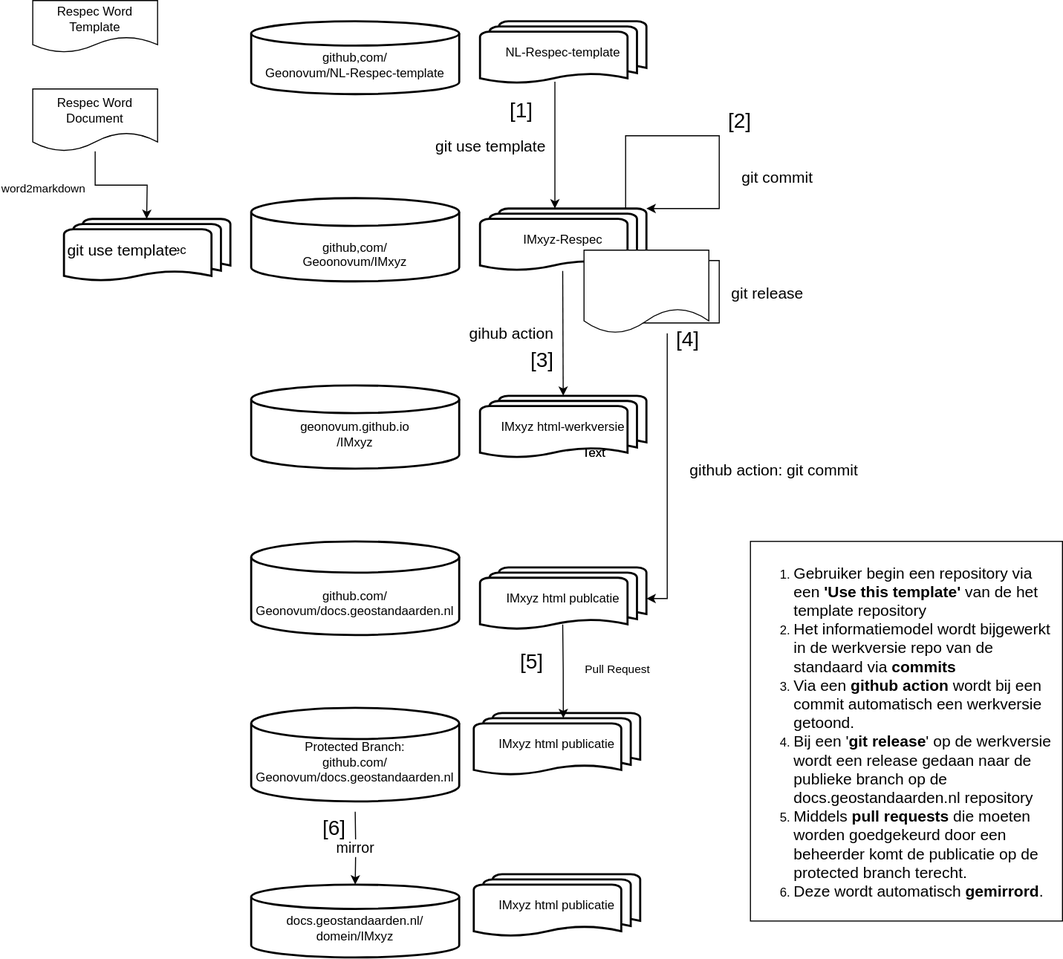
Geonovum/handleiding-tooling keeps this draw.io diagram as docs/media/WorkflowPublicatierpces.drawio.svg. Above is the earlier version. Source tidied: cells renumbered, new cells last; positions are measured from the earlier drawing's top-left corner, leaving out a move shared by most shapes. Its diagram source:
```xml
<mxGraphModel>
  <root>
    <mxCell id="0" />
    <mxCell id="1" parent="0" />
    <mxCell id="2" value="IMxyz html-werkversie" style="strokeWidth=2;html=1;shape=mxgraph.flowchart.multi-document;whiteSpace=wrap;" parent="1" vertex="1">
      <mxGeometry x="430" y="380" width="160" height="60" as="geometry" />
    </mxCell>
    <mxCell id="3" value="NL-Respec-template" style="strokeWidth=2;html=1;shape=mxgraph.flowchart.multi-document;whiteSpace=wrap;" parent="1" vertex="1">
      <mxGeometry x="430" y="20" width="160" height="60" as="geometry" />
    </mxCell>
    <mxCell id="4" value="IMxyz-Respec" style="strokeWidth=2;html=1;shape=mxgraph.flowchart.multi-document;whiteSpace=wrap;" parent="1" vertex="1">
      <mxGeometry x="430" y="200" width="160" height="60" as="geometry" />
    </mxCell>
    <mxCell id="5" value="IMxyz html publcatie" style="strokeWidth=2;html=1;shape=mxgraph.flowchart.multi-document;whiteSpace=wrap;" parent="1" vertex="1">
      <mxGeometry x="430" y="545" width="160" height="60" as="geometry" />
    </mxCell>
    <mxCell id="6" value="&lt;div&gt;&lt;br&gt;&lt;/div&gt;&lt;div&gt;github,com/&lt;/div&gt;&lt;div&gt;Geonovum/NL-Respec-template&lt;/div&gt;" style="strokeWidth=2;html=1;shape=mxgraph.flowchart.database;whiteSpace=wrap;" parent="1" vertex="1">
      <mxGeometry x="210" y="20" width="200" height="70" as="geometry" />
    </mxCell>
    <mxCell id="7" value="&lt;div&gt;&lt;br&gt;&lt;/div&gt;&lt;div&gt;&lt;br&gt;&lt;/div&gt;&lt;div&gt;github,com/&lt;/div&gt;&lt;div&gt;Geoonovum/IMxyz&lt;/div&gt;" style="strokeWidth=2;html=1;shape=mxgraph.flowchart.database;whiteSpace=wrap;" parent="1" vertex="1">
      <mxGeometry x="210" y="190" width="200" height="80" as="geometry" />
    </mxCell>
    <mxCell id="8" value="&lt;div&gt;&lt;br&gt;&lt;/div&gt;&lt;div&gt;geonovum.github.io&lt;/div&gt;&lt;div&gt;/IMxyz&lt;/div&gt;" style="strokeWidth=2;html=1;shape=mxgraph.flowchart.database;whiteSpace=wrap;" parent="1" vertex="1">
      <mxGeometry x="210" y="370" width="200" height="80" as="geometry" />
    </mxCell>
    <mxCell id="9" value="&lt;div&gt;&lt;br&gt;&lt;/div&gt;&lt;div&gt;docs.geostandaarden.nl/&lt;/div&gt;&lt;div&gt;domein/IMxyz&lt;/div&gt;" style="strokeWidth=2;html=1;shape=mxgraph.flowchart.database;whiteSpace=wrap;" parent="1" vertex="1">
      <mxGeometry x="210" y="850" width="200" height="70" as="geometry" />
    </mxCell>
    <mxCell id="10" value="&lt;div&gt;&lt;br&gt;&lt;/div&gt;&lt;div&gt;&lt;br&gt;&lt;/div&gt;&lt;div&gt;github.com/&lt;/div&gt;&lt;div&gt;Geonovum/docs.geostandaarden.nl&lt;/div&gt;" style="strokeWidth=2;html=1;shape=mxgraph.flowchart.database;whiteSpace=wrap;" parent="1" vertex="1">
      <mxGeometry x="210" y="520" width="200" height="90" as="geometry" />
    </mxCell>
    <mxCell id="11" value="IMxyz html publicatie" style="strokeWidth=2;html=1;shape=mxgraph.flowchart.multi-document;whiteSpace=wrap;" parent="1" vertex="1">
      <mxGeometry x="424" y="685" width="160" height="60" as="geometry" />
    </mxCell>
    <mxCell id="12" value="&lt;font style=&quot;font-size: 14px;&quot;&gt;mirror&lt;/font&gt;" style="edgeStyle=orthogonalEdgeStyle;rounded=0;jettySize=auto;html=1;entryX=0.5;entryY=0;entryDx=0;entryDy=0;entryPerimeter=0;" parent="1" edge="1" target="9">
      <mxGeometry relative="1" as="geometry">
        <mxPoint x="310" y="780" as="sourcePoint" />
      </mxGeometry>
    </mxCell>
    <mxCell id="13" value="&lt;font style=&quot;font-size: 15px;&quot;&gt;git use template&lt;/font&gt;" style="edgeStyle=orthogonalEdgeStyle;rounded=0;jettySize=auto;html=1;entryX=0.45;entryY=0;entryDx=0;entryDy=0;entryPerimeter=0;exitX=0.45;exitY=0.967;exitDx=0;exitDy=0;exitPerimeter=0;" parent="1" edge="1" source="3" target="4">
      <mxGeometry x="0.02" y="-62" relative="1" as="geometry" />
    </mxCell>
    <mxCell id="14" value="&lt;font style=&quot;font-size: 15px;&quot;&gt;gihub action&lt;/font&gt;" style="edgeStyle=orthogonalEdgeStyle;rounded=0;jettySize=auto;html=1;entryX=0.5;entryY=0;entryDx=0;entryDy=0;entryPerimeter=0;" parent="1" edge="1" target="2">
      <mxGeometry y="-50" relative="1" as="geometry">
        <mxPoint x="509.5" y="260" as="sourcePoint" />
      </mxGeometry>
    </mxCell>
    <mxCell id="15" value="Pull Request" style="edgeStyle=orthogonalEdgeStyle;rounded=0;jettySize=auto;html=1;entryX=0.538;entryY=0.083;entryDx=0;entryDy=0;entryPerimeter=0;" parent="1" edge="1" target="11">
      <mxGeometry x="-0.04" y="50" relative="1" as="geometry">
        <mxPoint x="509.5" y="600" as="sourcePoint" />
        <mxPoint x="2" as="offset" />
      </mxGeometry>
    </mxCell>
    <mxCell id="16" value="&lt;div align=&quot;left&quot;&gt;&lt;font style=&quot;font-size: 15px;&quot;&gt;git commit&lt;/font&gt;&lt;/div&gt;" style="edgeStyle=orthogonalEdgeStyle;rounded=0;orthogonalLoop=1;jettySize=auto;html=1;align=left;" parent="1" edge="1">
      <mxGeometry x="0.33" y="20" relative="1" as="geometry">
        <mxPoint x="570" y="200" as="sourcePoint" />
        <mxPoint x="590" y="200" as="targetPoint" />
        <Array as="points">
          <mxPoint x="570" y="130" />
          <mxPoint x="660" y="130" />
          <mxPoint x="660" y="200" />
          <mxPoint x="597" y="200" />
        </Array>
      </mxGeometry>
    </mxCell>
    <mxCell id="17" style="endArrow=classic;html=1;rounded=0;exitX=0.806;exitY=0.817;exitDx=0;exitDy=0;exitPerimeter=0;" parent="1" edge="1" source="4">
      <mxGeometry relative="1" as="geometry">
        <mxPoint x="600" y="250" as="targetPoint" />
        <Array as="points">
          <mxPoint x="560" y="310" />
          <mxPoint x="660" y="310" />
          <mxPoint x="660" y="250" />
        </Array>
      </mxGeometry>
    </mxCell>
    <mxCell id="18" value="&lt;div align=&quot;left&quot;&gt;&lt;font style=&quot;font-size: 15px;&quot;&gt;git release&lt;/font&gt;&lt;/div&gt;" style="edgeLabel;html=1;align=left;verticalAlign=middle;" parent="17" vertex="1">
      <mxGeometry relative="1" as="geometry">
        <mxPoint x="31" y="-30" as="offset" />
      </mxGeometry>
    </mxCell>
    <mxCell id="19" style="endArrow=classic;html=1;rounded=0;entryX=1;entryY=0.5;entryDx=0;entryDy=0;entryPerimeter=0;" parent="1" edge="1" target="5">
      <mxGeometry relative="1" as="geometry">
        <mxPoint x="610" y="320" as="sourcePoint" />
        <Array as="points">
          <mxPoint x="610" y="575" />
        </Array>
      </mxGeometry>
    </mxCell>
    <mxCell id="20" value="&lt;div align=&quot;left&quot;&gt;&lt;font style=&quot;font-size: 15px;&quot;&gt;github action: git commit&lt;/font&gt;&lt;/div&gt;" style="edgeLabel;html=1;align=left;verticalAlign=middle;" parent="19" vertex="1">
      <mxGeometry relative="1" as="geometry">
        <mxPoint x="20" y="-8" as="offset" />
      </mxGeometry>
    </mxCell>
    <mxCell id="21" value="&lt;div&gt;&lt;br&gt;&lt;/div&gt;&lt;div&gt;Protected Branch:&lt;/div&gt;&lt;div&gt;github.com/&lt;/div&gt;&lt;div&gt;Geonovum/docs.geostandaarden.nl&lt;/div&gt;" style="strokeWidth=2;html=1;shape=mxgraph.flowchart.database;whiteSpace=wrap;" parent="1" vertex="1">
      <mxGeometry x="210" y="680" width="200" height="90" as="geometry" />
    </mxCell>
    <mxCell id="22" value="IMxyz html publicatie" style="strokeWidth=2;html=1;shape=mxgraph.flowchart.multi-document;whiteSpace=wrap;" parent="1" vertex="1">
      <mxGeometry x="424" y="840" width="160" height="60" as="geometry" />
    </mxCell>
    <mxCell id="23" value="Text" style="text;html=1;align=center;verticalAlign=middle;whiteSpace=wrap;rounded=0;" parent="1" vertex="1">
      <mxGeometry x="510" y="420" width="60" height="30" as="geometry" />
    </mxCell>
    <mxCell id="24" value="&lt;font style=&quot;font-size: 20px;&quot;&gt;[2]&lt;/font&gt;" style="text;html=1;align=center;verticalAlign=middle;whiteSpace=wrap;rounded=0;" parent="1" vertex="1">
      <mxGeometry x="650" y="100" width="60" height="30" as="geometry" />
    </mxCell>
    <mxCell id="25" value="&lt;font style=&quot;font-size: 20px;&quot;&gt;[1]&lt;/font&gt;" style="text;html=1;align=center;verticalAlign=middle;whiteSpace=wrap;rounded=0;" parent="1" vertex="1">
      <mxGeometry x="440" y="90" width="60" height="30" as="geometry" />
    </mxCell>
    <mxCell id="26" value="&lt;font style=&quot;font-size: 20px;&quot;&gt;[3]&lt;/font&gt;" style="text;html=1;align=center;verticalAlign=middle;whiteSpace=wrap;rounded=0;" parent="1" vertex="1">
      <mxGeometry x="460" y="330" width="60" height="30" as="geometry" />
    </mxCell>
    <mxCell id="27" value="&lt;font style=&quot;font-size: 20px;&quot;&gt;[4]&lt;/font&gt;" style="text;html=1;align=center;verticalAlign=middle;whiteSpace=wrap;rounded=0;" parent="1" vertex="1">
      <mxGeometry x="600" y="310" width="60" height="30" as="geometry" />
    </mxCell>
    <mxCell id="28" value="&lt;font style=&quot;font-size: 20px;&quot;&gt;[5]&lt;/font&gt;" style="text;html=1;align=center;verticalAlign=middle;whiteSpace=wrap;rounded=0;" parent="1" vertex="1">
      <mxGeometry x="450" y="620" width="60" height="30" as="geometry" />
    </mxCell>
    <mxCell id="29" value="Text" style="text;html=1;align=center;verticalAlign=middle;whiteSpace=wrap;rounded=0;" parent="1" vertex="1">
      <mxGeometry x="510" y="420" width="60" height="30" as="geometry" />
    </mxCell>
    <mxCell id="30" value="&lt;div align=&quot;left&quot;&gt;&lt;ol&gt;&lt;li&gt;&lt;font style=&quot;font-size: 15px;&quot;&gt;Gebruiker begin een repository via een &lt;b&gt;'Use this template'&amp;nbsp;&lt;/b&gt;van de het template repository&lt;/font&gt;&lt;/li&gt;&lt;li&gt;&lt;font style=&quot;font-size: 15px;&quot;&gt;Het informatiemodel wordt bijgewerkt in de werkversie repo van de standaard via &lt;b&gt;commits&lt;/b&gt;&lt;/font&gt;&lt;/li&gt;&lt;li&gt;&lt;div&gt;&lt;font style=&quot;font-size: 15px;&quot;&gt;Via een &lt;b&gt;github action &lt;/b&gt;wordt bij een commit automatisch een werkversie getoond.&lt;/font&gt;&lt;/div&gt;&lt;/li&gt;&lt;li&gt;&lt;font style=&quot;font-size: 15px;&quot;&gt;Bij een '&lt;b&gt;git release&lt;/b&gt;' op de werkversie wordt een release gedaan naar de publieke branch op de docs.geostandaarden.nl repository&lt;/font&gt;&lt;/li&gt;&lt;li&gt;&lt;font style=&quot;font-size: 15px;&quot;&gt;Middels &lt;b&gt;pull requests&lt;/b&gt; die moeten worden goedgekeurd door een beheerder komt de publicatie op de protected branch terecht.&lt;/font&gt;&lt;/li&gt;&lt;li&gt;&lt;font style=&quot;font-size: 15px;&quot;&gt;Deze wordt automatisch &lt;b&gt;gemirrord&lt;/b&gt;.&lt;/font&gt;&lt;/li&gt;&lt;/ol&gt;&lt;/div&gt;" style="text;html=1;align=left;verticalAlign=middle;whiteSpace=wrap;rounded=0;strokeColor=default;" parent="1" vertex="1">
      <mxGeometry x="690" y="520" width="300" height="365" as="geometry" />
    </mxCell>
    <mxCell id="31" value="&lt;font style=&quot;font-size: 20px;&quot;&gt;[6]&lt;/font&gt;" style="text;html=1;align=center;verticalAlign=middle;whiteSpace=wrap;rounded=0;" parent="1" vertex="1">
      <mxGeometry x="260" y="780" width="60" height="30" as="geometry" />
    </mxCell>
    <mxCell id="32" style="shape=document;whiteSpace=wrap;html=1;boundedLbl=1;" parent="1" vertex="1">
      <mxGeometry x="530" y="240" width="120" height="80" as="geometry" />
    </mxCell>
    <mxCell id="33" value="Respec Word Template" style="shape=document;whiteSpace=wrap;html=1;boundedLbl=1;" parent="1" vertex="1">
      <mxGeometry width="120" height="50" as="geometry" />
    </mxCell>
    <mxCell id="34" value="Respec Word&lt;div&gt;Document&lt;/div&gt;" style="shape=document;whiteSpace=wrap;html=1;boundedLbl=1;" parent="1" vertex="1">
      <mxGeometry y="85" width="120" height="60" as="geometry" />
    </mxCell>
    <mxCell id="35" value="IMxyz-Respec" style="strokeWidth=2;html=1;shape=mxgraph.flowchart.multi-document;whiteSpace=wrap;" parent="1" vertex="1">
      <mxGeometry x="30" y="210" width="160" height="60" as="geometry" />
    </mxCell>
    <mxCell id="36" value="&lt;font style=&quot;font-size: 15px;&quot;&gt;git use template&lt;/font&gt;" style="edgeStyle=orthogonalEdgeStyle;rounded=0;jettySize=auto;html=1;entryX=0.45;entryY=0;entryDx=0;entryDy=0;entryPerimeter=0;" parent="1" edge="1" source="34">
      <mxGeometry x="0.02" y="-62" relative="1" as="geometry">
        <mxPoint x="109.5" y="210" as="targetPoint" />
      </mxGeometry>
    </mxCell>
    <mxCell id="37" value="word2markdown" style="edgeLabel;html=1;align=right;verticalAlign=middle;" parent="36" vertex="1">
      <mxGeometry x="-0.16" y="-4" relative="1" as="geometry">
        <mxPoint x="-26" y="-1" as="offset" />
      </mxGeometry>
    </mxCell>
  </root>
</mxGraphModel>
```
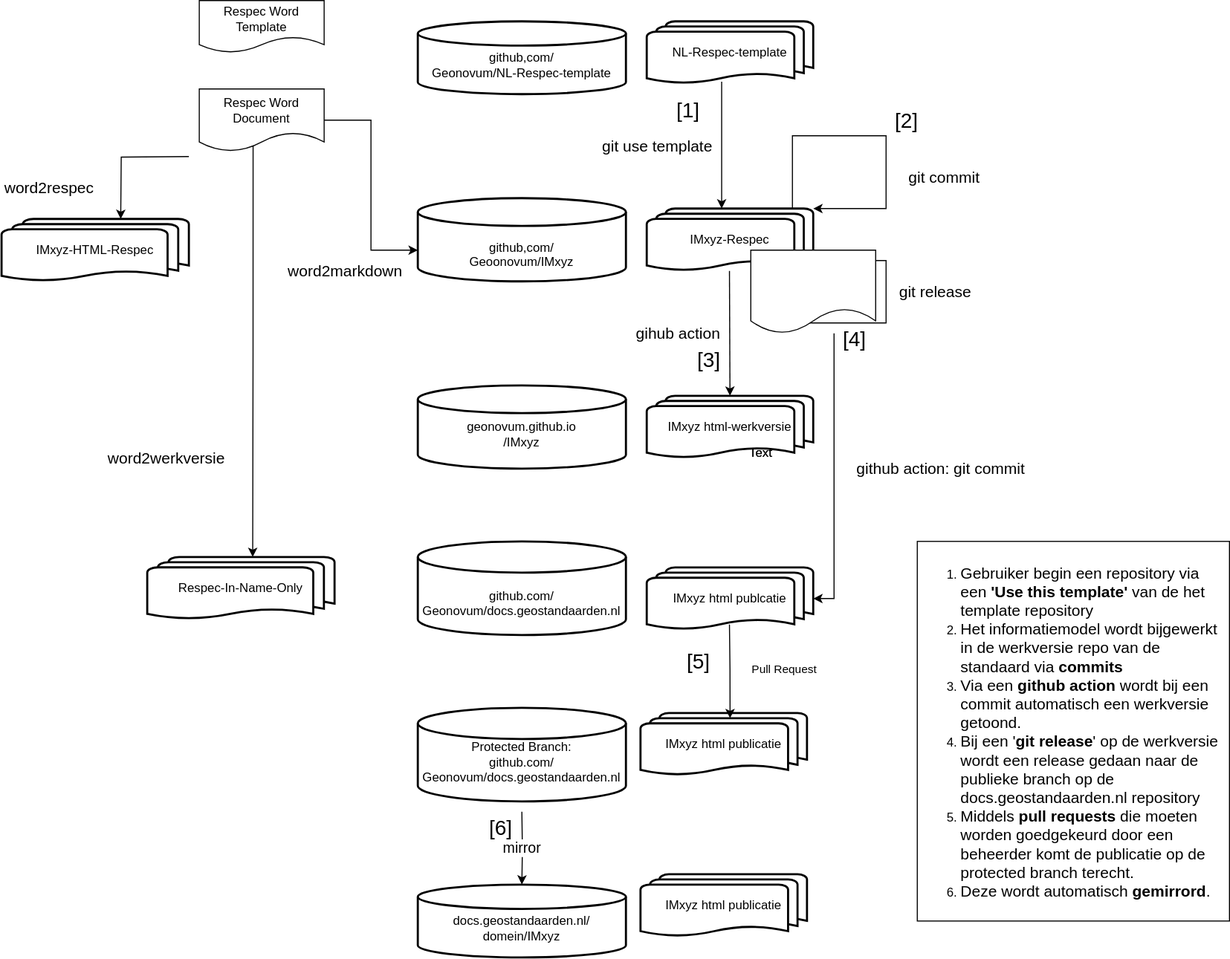
Later version of the same file.

The edit, as a diff of the source:
```diff
@@ -133,18 +133,25 @@
     <mxCell id="34" value="Respec Word&lt;div&gt;Document&lt;/div&gt;" style="shape=document;whiteSpace=wrap;html=1;boundedLbl=1;" parent="1" vertex="1">
       <mxGeometry y="85" width="120" height="60" as="geometry" />
     </mxCell>
-    <mxCell id="35" value="IMxyz-Respec" style="strokeWidth=2;html=1;shape=mxgraph.flowchart.multi-document;whiteSpace=wrap;" parent="1" vertex="1">
-      <mxGeometry x="30" y="210" width="160" height="60" as="geometry" />
+    <mxCell id="35" value="Respec-In-Name-Only" style="strokeWidth=2;html=1;shape=mxgraph.flowchart.multi-document;whiteSpace=wrap;" parent="1" vertex="1">
+      <mxGeometry x="-50" y="535" width="180" height="60" as="geometry" />
     </mxCell>
-    <mxCell id="36" value="&lt;font style=&quot;font-size: 15px;&quot;&gt;git use template&lt;/font&gt;" style="edgeStyle=orthogonalEdgeStyle;rounded=0;jettySize=auto;html=1;entryX=0.45;entryY=0;entryDx=0;entryDy=0;entryPerimeter=0;" parent="1" edge="1" source="34">
-      <mxGeometry x="0.02" y="-62" relative="1" as="geometry">
-        <mxPoint x="109.5" y="210" as="targetPoint" />
+    <mxCell id="36" value="&lt;font style=&quot;font-size: 15px;&quot;&gt;word2markdown&lt;/font&gt;" style="edgeStyle=orthogonalEdgeStyle;rounded=0;jettySize=auto;html=1;entryX=0;entryY=0.625;entryDx=0;entryDy=0;entryPerimeter=0;" parent="1" edge="1" source="34" target="7">
+      <mxGeometry x="0.58" y="-32" relative="1" as="geometry">
+        <mxPoint x="-25" y="-12" as="offset" />
       </mxGeometry>
     </mxCell>
-    <mxCell id="37" value="word2markdown" style="edgeLabel;html=1;align=right;verticalAlign=middle;" parent="36" vertex="1">
-      <mxGeometry x="-0.16" y="-4" relative="1" as="geometry">
-        <mxPoint x="-26" y="-1" as="offset" />
-      </mxGeometry>
-    </mxCell>
+    <mxCell id="38" value="IMxyz-HTML-Respec" style="strokeWidth=2;html=1;shape=mxgraph.flowchart.multi-document;whiteSpace=wrap;" parent="1" vertex="1">
+      <mxGeometry x="-190" y="210" width="180" height="60" as="geometry" />
+    </mxCell>
+    <mxCell id="39" value="&lt;font style=&quot;font-size: 15px;&quot;&gt;word2respec&lt;/font&gt;" style="edgeStyle=orthogonalEdgeStyle;rounded=0;orthogonalLoop=1;jettySize=auto;html=1;entryX=0.45;entryY=0;entryDx=0;entryDy=0;entryPerimeter=0;align=right;" parent="1" edge="1">
+      <mxGeometry x="0.52" y="-25" relative="1" as="geometry">
+        <mxPoint x="-10" y="150" as="sourcePoint" />
+        <mxPoint x="-75.5" y="210" as="targetPoint" />
+      </mxGeometry>
+    </mxCell>
+    <mxCell id="40" value="&lt;font style=&quot;font-size: 15px;&quot;&gt;word2werkversie&lt;/font&gt;" style="edgeStyle=orthogonalEdgeStyle;rounded=0;jettySize=auto;html=1;entryX=0.563;entryY=0;entryDx=0;entryDy=0;entryPerimeter=0;align=right;exitX=0.431;exitY=0.908;exitDx=0;exitDy=0;exitPerimeter=0;" parent="1" edge="1" source="34" target="35">
+      <mxGeometry x="0.52" y="-25" relative="1" as="geometry" />
+    </mxCell>
   </root>
 </mxGraphModel>
```
